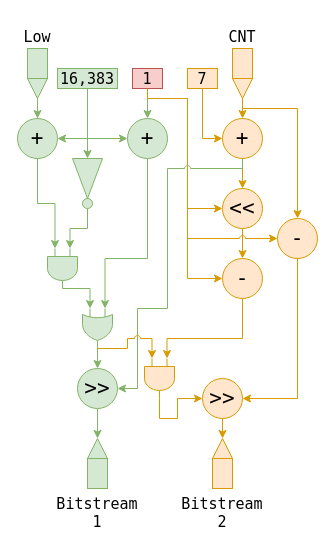
Before: Project/Arc_Final_Bits.drawio in tuliopereirab/arithmetic-encoder-av1, a draw.io diagram. Source tidied: cells renumbered, new cells numbered last; positions are measured from the earlier drawing's top-left corner, leaving out a move shared by most shapes. Both pictures are drawn from the tidied source at 100%, with x=0, y=0 at pixel (17, 48).
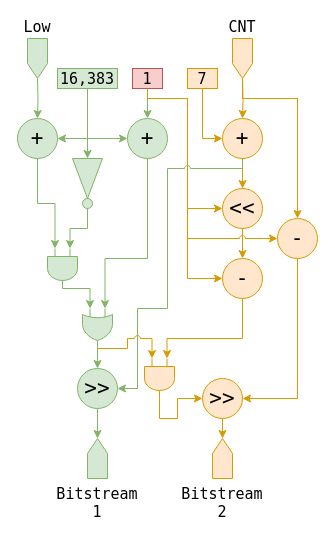
Above is the later version.

Commit message (it also covers changes not shown here):
Something was changed on the architecture figures.

The change refers to these unchanged cells:
```xml
<mxCell id="10" value="+" style="ellipse;whiteSpace=wrap;html=1;fontFamily=Lucida Console;fontSize=21;fillColor=#d5e8d4;strokeColor=#82b366;" parent="1" vertex="1">
  <mxGeometry y="70" width="40" height="40" as="geometry" />
</mxCell>
<mxCell id="29" value="+" style="ellipse;whiteSpace=wrap;html=1;fontFamily=Lucida Console;fontSize=21;fillColor=#ffe6cc;strokeColor=#d79b00;" parent="1" vertex="1">
  <mxGeometry x="205" y="70" width="40" height="40" as="geometry" />
</mxCell>
<mxCell id="43" value="&amp;gt;&amp;gt;" style="ellipse;whiteSpace=wrap;html=1;fontFamily=Lucida Console;fontSize=21;fillColor=#d5e8d4;strokeColor=#82b366;" parent="1" vertex="1">
  <mxGeometry x="60" y="320" width="40" height="40" as="geometry" />
</mxCell>
<mxCell id="45" value="-" style="ellipse;whiteSpace=wrap;html=1;fontFamily=Lucida Console;fontSize=21;fillColor=#ffe6cc;strokeColor=#d79b00;" parent="1" vertex="1">
  <mxGeometry x="260" y="170" width="40" height="40" as="geometry" />
</mxCell>
<mxCell id="48" value="&amp;gt;&amp;gt;" style="ellipse;whiteSpace=wrap;html=1;fontFamily=Lucida Console;fontSize=21;fillColor=#ffe6cc;strokeColor=#d79b00;" parent="1" vertex="1">
  <mxGeometry x="185" y="330" width="40" height="40" as="geometry" />
</mxCell>
```

Diff of the diagram source:
```diff
@@
-    <mxCell id="2" style="edgeStyle=orthogonalEdgeStyle;rounded=0;jettySize=auto;html=1;entryX=0.5;entryY=0;entryDx=0;entryDy=0;fontFamily=Lucida Console;fillColor=#d5e8d4;strokeColor=#82b366;" parent="1" edge="1" source="3" target="10">
-      <mxGeometry relative="1" as="geometry" />
+    <mxCell id="2" style="edgeStyle=orthogonalEdgeStyle;rounded=0;jettySize=auto;html=1;entryX=0.5;entryY=0;entryDx=0;entryDy=0;fontFamily=Lucida Console;fillColor=#d5e8d4;strokeColor=#82b366;exitX=0;exitY=0.5;exitDx=0;exitDy=0;" parent="1" edge="1" target="10">
+      <mxGeometry relative="1" as="geometry">
+        <mxPoint x="20" y="30" as="sourcePoint" />
+      </mxGeometry>
     </mxCell>
-    <mxCell id="3" style="triangle;whiteSpace=wrap;html=1;direction=south;fontFamily=Lucida Console;fillColor=#d5e8d4;strokeColor=#82b366;" parent="1" vertex="1">
-      <mxGeometry x="10" y="30" width="20" height="20" as="geometry" />
-    </mxCell>
-    <mxCell id="4" value="Low" style="rounded=0;whiteSpace=wrap;html=1;direction=south;labelPosition=center;verticalLabelPosition=top;align=center;verticalAlign=bottom;fontFamily=Lucida Console;fillColor=#d5e8d4;strokeColor=#82b366;fontSize=15;" parent="1" vertex="1">
-      <mxGeometry x="10" width="20" height="30" as="geometry" />
-    </mxCell>
-    <mxCell id="5" style="edgeStyle=orthogonalEdgeStyle;rounded=0;jettySize=auto;html=1;exitX=1;exitY=0.5;exitDx=0;exitDy=0;entryX=0.5;entryY=0;entryDx=0;entryDy=0;endArrow=classic;endFill=1;fontFamily=Lucida Console;fontSize=15;fontColor=#000000;fillColor=#ffe6cc;strokeColor=#d79b00;" parent="1" edge="1" source="7" target="29">
-      <mxGeometry relative="1" as="geometry" />
+    <mxCell id="5" style="edgeStyle=orthogonalEdgeStyle;rounded=0;jettySize=auto;html=1;exitX=0;exitY=0.5;exitDx=0;exitDy=0;entryX=0.5;entryY=0;entryDx=0;entryDy=0;endArrow=classic;endFill=1;fontFamily=Lucida Console;fontSize=15;fontColor=#000000;fillColor=#ffe6cc;strokeColor=#d79b00;" parent="1" edge="1" target="29">
+      <mxGeometry relative="1" as="geometry">
+        <mxPoint x="225" y="30" as="sourcePoint" />
+      </mxGeometry>
     </mxCell>
-    <mxCell id="6" style="edgeStyle=orthogonalEdgeStyle;rounded=0;jumpStyle=arc;jettySize=auto;html=1;exitX=1;exitY=0.5;exitDx=0;exitDy=0;entryX=0.5;entryY=0;entryDx=0;entryDy=0;endArrow=classic;endFill=1;fontFamily=Lucida Console;fontSize=15;fontColor=#000000;fillColor=#ffe6cc;strokeColor=#d79b00;" parent="1" edge="1" source="7" target="45">
+    <mxCell id="6" style="edgeStyle=orthogonalEdgeStyle;rounded=0;jumpStyle=arc;jettySize=auto;html=1;exitX=0;exitY=0.5;exitDx=0;exitDy=0;entryX=0.5;entryY=0;entryDx=0;entryDy=0;endArrow=classic;endFill=1;fontFamily=Lucida Console;fontSize=15;fontColor=#000000;fillColor=#ffe6cc;strokeColor=#d79b00;" parent="1" edge="1" target="45">
       <mxGeometry relative="1" as="geometry">
+        <mxPoint x="225" y="30" as="sourcePoint" />
         <Array as="points">
-          <mxPoint x="225" y="60" />
-          <mxPoint x="280" y="60" />
+          <mxPoint x="225" y="50" />
+          <mxPoint x="280" y="50" />
         </Array>
       </mxGeometry>
     </mxCell>
-    <mxCell id="7" style="triangle;whiteSpace=wrap;html=1;direction=south;fontFamily=Lucida Console;fillColor=#ffe6cc;strokeColor=#d79b00;" parent="1" vertex="1">
-      <mxGeometry x="215" y="30" width="20" height="20" as="geometry" />
-    </mxCell>
-    <mxCell id="8" value="CNT" style="rounded=0;whiteSpace=wrap;html=1;direction=south;labelPosition=center;verticalLabelPosition=top;align=center;verticalAlign=bottom;fontFamily=Lucida Console;fillColor=#ffe6cc;strokeColor=#d79b00;fontSize=15;" parent="1" vertex="1">
-      <mxGeometry x="215" width="20" height="30" as="geometry" />
-    </mxCell>
@@
-    <mxCell id="38" style="triangle;whiteSpace=wrap;html=1;direction=north;fontFamily=Lucida Console;fillColor=#d5e8d4;strokeColor=#82b366;" parent="1" vertex="1">
-      <mxGeometry x="70" y="390" width="20" height="20" as="geometry" />
-    </mxCell>
-    <mxCell id="39" value="Bitstream 1" style="rounded=0;whiteSpace=wrap;html=1;direction=south;labelPosition=center;verticalLabelPosition=bottom;align=center;verticalAlign=top;fontFamily=Lucida Console;fillColor=#d5e8d4;strokeColor=#82b366;fontSize=15;" parent="1" vertex="1">
-      <mxGeometry x="70" y="410" width="20" height="30" as="geometry" />
-    </mxCell>
-    <mxCell id="40" style="triangle;whiteSpace=wrap;html=1;direction=north;fontFamily=Lucida Console;fillColor=#ffe6cc;strokeColor=#d79b00;" parent="1" vertex="1">
-      <mxGeometry x="195" y="390" width="20" height="20" as="geometry" />
-    </mxCell>
-    <mxCell id="41" value="Bitstream 2" style="rounded=0;whiteSpace=wrap;html=1;direction=south;labelPosition=center;verticalLabelPosition=bottom;align=center;verticalAlign=top;fontFamily=Lucida Console;fillColor=#ffe6cc;strokeColor=#d79b00;fontSize=15;" parent="1" vertex="1">
-      <mxGeometry x="195" y="410" width="20" height="30" as="geometry" />
-    </mxCell>
-    <mxCell id="42" style="edgeStyle=orthogonalEdgeStyle;rounded=0;jumpStyle=arc;jettySize=auto;html=1;exitX=0.5;exitY=1;exitDx=0;exitDy=0;entryX=1;entryY=0.5;entryDx=0;entryDy=0;endArrow=classic;endFill=1;fontFamily=Lucida Console;fontSize=15;fontColor=#000000;fillColor=#d5e8d4;strokeColor=#82b366;" parent="1" edge="1" source="43" target="38">
+    <mxCell id="42" style="edgeStyle=orthogonalEdgeStyle;rounded=0;jumpStyle=arc;jettySize=auto;html=1;exitX=0.5;exitY=1;exitDx=0;exitDy=0;entryX=0.5;entryY=0;entryDx=0;entryDy=0;endArrow=classic;endFill=1;fontFamily=Lucida Console;fontSize=15;fontColor=#000000;fillColor=#d5e8d4;strokeColor=#82b366;" parent="1" edge="1" source="43" target="39">
       <mxGeometry relative="1" as="geometry" />
     </mxCell>
@@
-    <mxCell id="47" style="edgeStyle=orthogonalEdgeStyle;rounded=0;jumpStyle=arc;jettySize=auto;html=1;exitX=0.5;exitY=1;exitDx=0;exitDy=0;entryX=1;entryY=0.5;entryDx=0;entryDy=0;endArrow=classic;endFill=1;fontFamily=Lucida Console;fontSize=15;fontColor=#000000;fillColor=#ffe6cc;strokeColor=#d79b00;" parent="1" edge="1" source="48" target="40">
+    <mxCell id="47" style="edgeStyle=orthogonalEdgeStyle;rounded=0;jumpStyle=arc;jettySize=auto;html=1;exitX=0.5;exitY=1;exitDx=0;exitDy=0;entryX=0.5;entryY=0;entryDx=0;entryDy=0;endArrow=classic;endFill=1;fontFamily=Lucida Console;fontSize=15;fontColor=#000000;fillColor=#ffe6cc;strokeColor=#d79b00;" parent="1" edge="1" source="48" target="41">
       <mxGeometry relative="1" as="geometry" />
     </mxCell>
@@
+    <mxCell id="8" value="CNT" style="shape=offPageConnector;whiteSpace=wrap;html=1;rotation=0;fontFamily=Lucida Console;fontSize=15;fillColor=#ffe6cc;strokeColor=#d79b00;labelPosition=center;verticalLabelPosition=top;align=center;verticalAlign=bottom;" parent="1" vertex="1">
+      <mxGeometry x="215" y="-10" width="20" height="40" as="geometry" />
+    </mxCell>
+    <mxCell id="4" value="Low" style="shape=offPageConnector;whiteSpace=wrap;html=1;rotation=0;fontFamily=Lucida Console;fontSize=15;fillColor=#d5e8d4;strokeColor=#82b366;labelPosition=center;verticalLabelPosition=top;align=center;verticalAlign=bottom;" parent="1" vertex="1">
+      <mxGeometry x="10" y="-10" width="20" height="40" as="geometry" />
+    </mxCell>
+    <mxCell id="39" value="Bitstream 1" style="shape=offPageConnector;whiteSpace=wrap;html=1;rotation=0;fontFamily=Lucida Console;fontSize=15;fillColor=#d5e8d4;strokeColor=#82b366;labelPosition=center;verticalLabelPosition=bottom;align=center;verticalAlign=top;flipV=1;" parent="1" vertex="1">
+      <mxGeometry x="70" y="390" width="20" height="40" as="geometry" />
+    </mxCell>
+    <mxCell id="41" value="Bitstream 2" style="shape=offPageConnector;whiteSpace=wrap;html=1;rotation=0;fontFamily=Lucida Console;fontSize=15;fillColor=#ffe6cc;strokeColor=#d79b00;labelPosition=center;verticalLabelPosition=bottom;align=center;verticalAlign=top;flipV=1;" parent="1" vertex="1">
+      <mxGeometry x="195" y="390" width="20" height="40" as="geometry" />
+    </mxCell>
```
